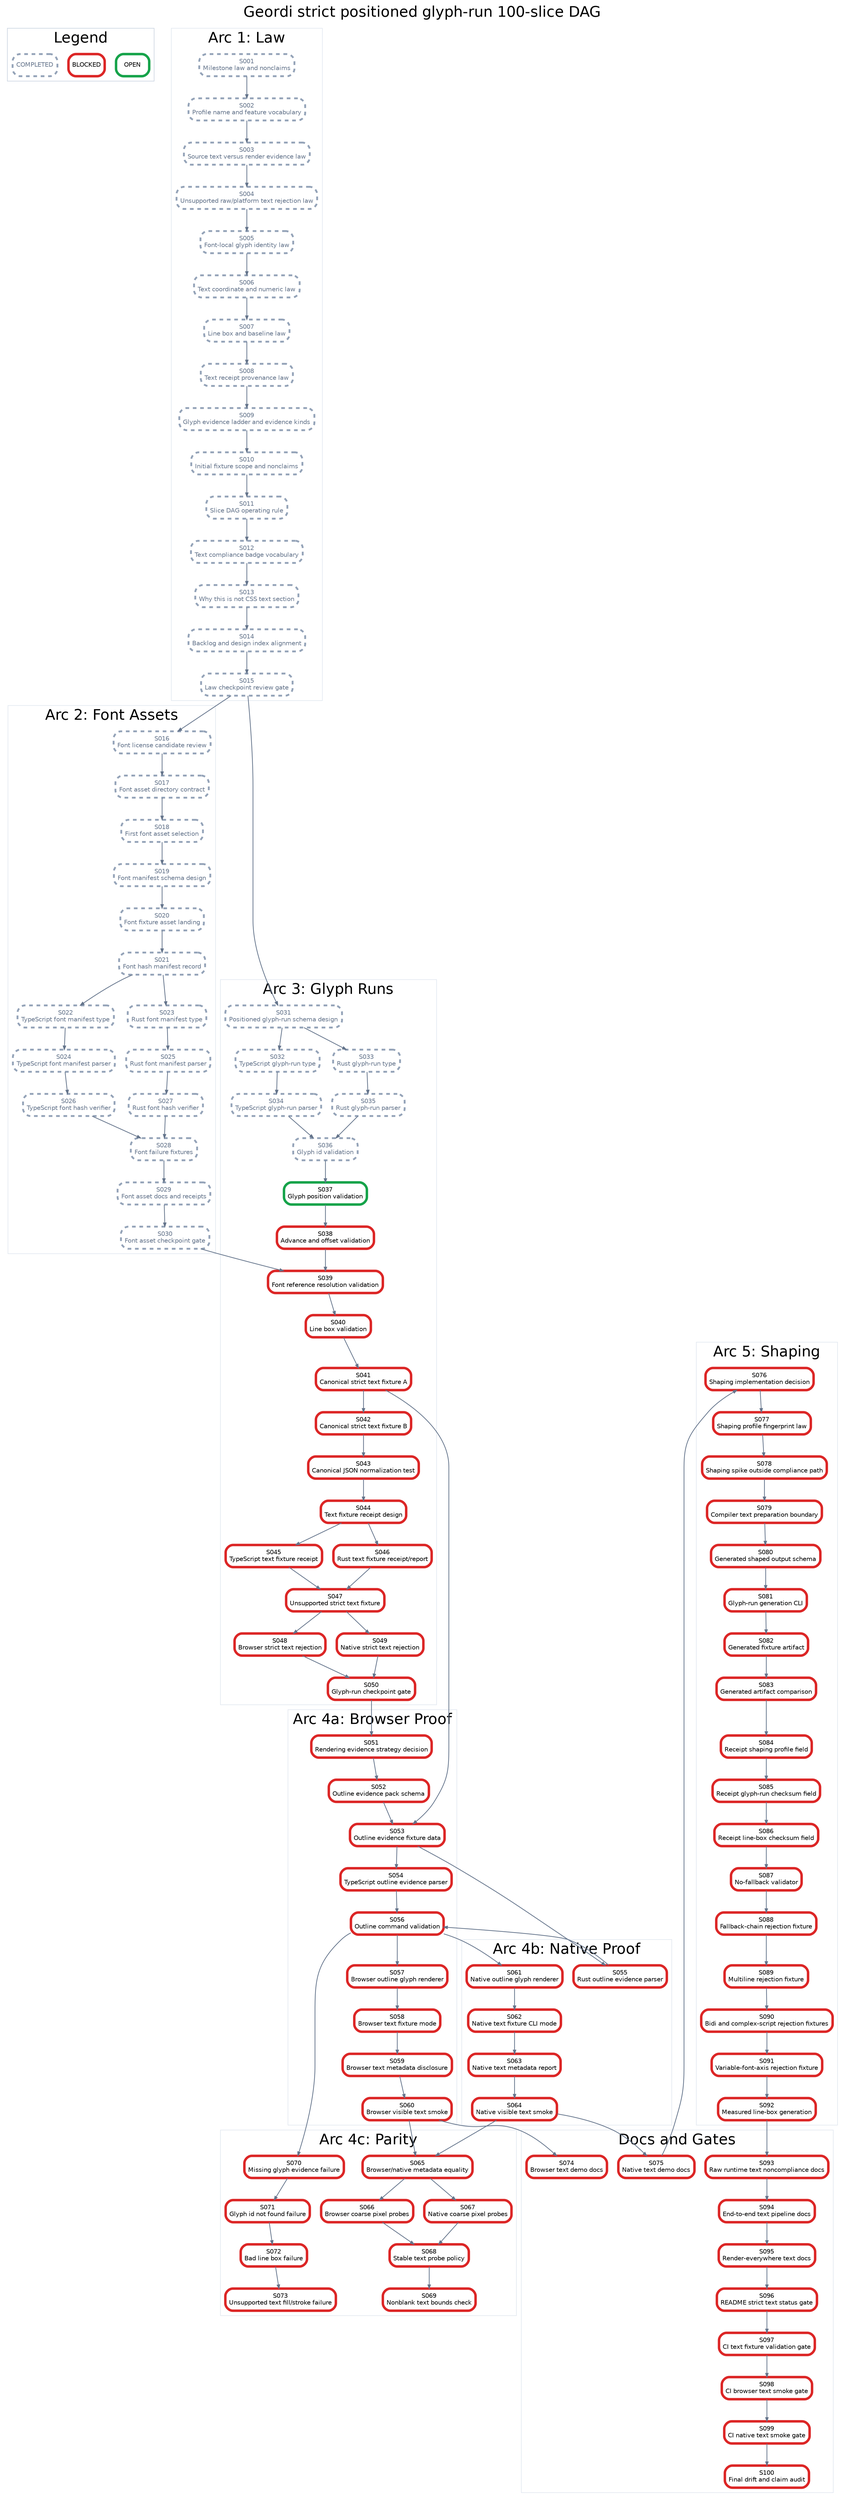
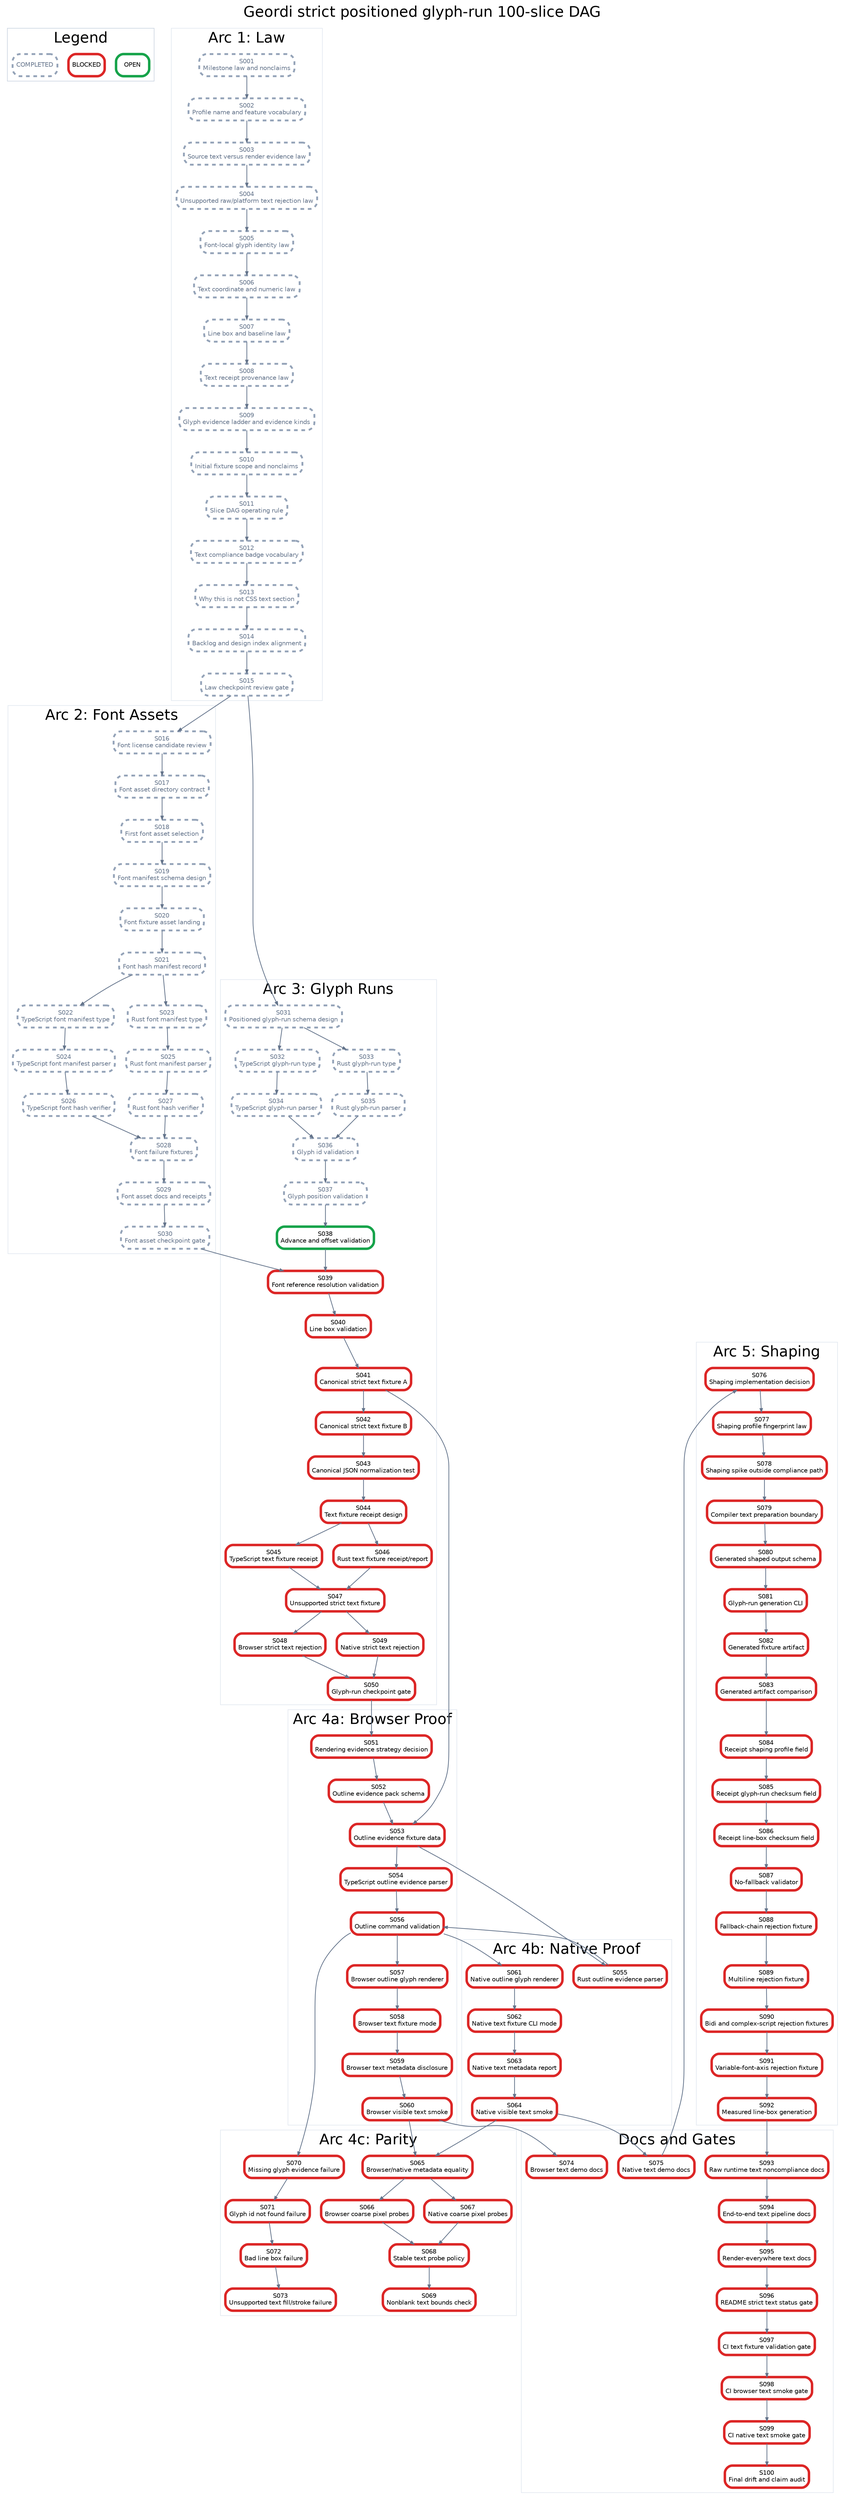
digraph StrictPositionedGlyphRunPlan {
  graph [rankdir=TB, bgcolor="white", fontname="Helvetica", label="Geordi strict positioned glyph-run 100-slice DAG", labelloc="t", fontsize=24];
  node [shape=box, style="rounded,filled", fillcolor="white", fontname="Helvetica", fontsize=10, margin="0.08,0.05"];
  edge [color="#64748b", arrowsize=0.6, penwidth=1.2];

  subgraph cluster_legend {
    label="Legend";
    color="#cbd5e1";
    legend_open [label="OPEN", color="#16a34a", penwidth=4];
    legend_blocked [label="BLOCKED", color="#dc2626", penwidth=4];
    legend_done [label="COMPLETED", color="#94a3b8", penwidth=3, style="rounded,filled,dashed", fontcolor="#64748b"];
  }

  subgraph cluster_law {
    label="Arc 1: Law";
    color="#e2e8f0";
    S001 [label="S001\nMilestone law and nonclaims", color="#94a3b8", penwidth=3, style="rounded,filled,dashed", fontcolor="#64748b"];
    S002 [label="S002\nProfile name and feature vocabulary", color="#94a3b8", penwidth=3, style="rounded,filled,dashed", fontcolor="#64748b"];
    S003 [label="S003\nSource text versus render evidence law", color="#94a3b8", penwidth=3, style="rounded,filled,dashed", fontcolor="#64748b"];
    S004 [label="S004\nUnsupported raw/platform text rejection law", color="#94a3b8", penwidth=3, style="rounded,filled,dashed", fontcolor="#64748b"];
    S005 [label="S005\nFont-local glyph identity law", color="#94a3b8", penwidth=3, style="rounded,filled,dashed", fontcolor="#64748b"];
    S006 [label="S006\nText coordinate and numeric law", color="#94a3b8", penwidth=3, style="rounded,filled,dashed", fontcolor="#64748b"];
    S007 [label="S007\nLine box and baseline law", color="#94a3b8", penwidth=3, style="rounded,filled,dashed", fontcolor="#64748b"];
    S008 [label="S008\nText receipt provenance law", color="#94a3b8", penwidth=3, style="rounded,filled,dashed", fontcolor="#64748b"];
    S009 [label="S009\nGlyph evidence ladder and evidence kinds", color="#94a3b8", penwidth=3, style="rounded,filled,dashed", fontcolor="#64748b"];
    S010 [label="S010\nInitial fixture scope and nonclaims", color="#94a3b8", penwidth=3, style="rounded,filled,dashed", fontcolor="#64748b"];
    S011 [label="S011\nSlice DAG operating rule", color="#94a3b8", penwidth=3, style="rounded,filled,dashed", fontcolor="#64748b"];
    S012 [label="S012\nText compliance badge vocabulary", color="#94a3b8", penwidth=3, style="rounded,filled,dashed", fontcolor="#64748b"];
    S013 [label="S013\nWhy this is not CSS text section", color="#94a3b8", penwidth=3, style="rounded,filled,dashed", fontcolor="#64748b"];
    S014 [label="S014\nBacklog and design index alignment", color="#94a3b8", penwidth=3, style="rounded,filled,dashed", fontcolor="#64748b"];
    S015 [label="S015\nLaw checkpoint review gate", color="#94a3b8", penwidth=3, style="rounded,filled,dashed", fontcolor="#64748b"];
  }

  subgraph cluster_assets {
    label="Arc 2: Font Assets";
    color="#e2e8f0";
    S016 [label="S016\nFont license candidate review", color="#94a3b8", penwidth=3, style="rounded,filled,dashed", fontcolor="#64748b"];
    S017 [label="S017\nFont asset directory contract", color="#94a3b8", penwidth=3, style="rounded,filled,dashed", fontcolor="#64748b"];
    S018 [label="S018\nFirst font asset selection", color="#94a3b8", penwidth=3, style="rounded,filled,dashed", fontcolor="#64748b"];
    S019 [label="S019\nFont manifest schema design", color="#94a3b8", penwidth=3, style="rounded,filled,dashed", fontcolor="#64748b"];
    S020 [label="S020\nFont fixture asset landing", color="#94a3b8", penwidth=3, style="rounded,filled,dashed", fontcolor="#64748b"];
    S021 [label="S021\nFont hash manifest record", color="#94a3b8", penwidth=3, style="rounded,filled,dashed", fontcolor="#64748b"];
    S022 [label="S022\nTypeScript font manifest type", color="#94a3b8", penwidth=3, style="rounded,filled,dashed", fontcolor="#64748b"];
    S023 [label="S023\nRust font manifest type", color="#94a3b8", penwidth=3, style="rounded,filled,dashed", fontcolor="#64748b"];
    S024 [label="S024\nTypeScript font manifest parser", color="#94a3b8", penwidth=3, style="rounded,filled,dashed", fontcolor="#64748b"];
    S025 [label="S025\nRust font manifest parser", color="#94a3b8", penwidth=3, style="rounded,filled,dashed", fontcolor="#64748b"];
    S026 [label="S026\nTypeScript font hash verifier", color="#94a3b8", penwidth=3, style="rounded,filled,dashed", fontcolor="#64748b"];
    S027 [label="S027\nRust font hash verifier", color="#94a3b8", penwidth=3, style="rounded,filled,dashed", fontcolor="#64748b"];
    S028 [label="S028\nFont failure fixtures", color="#94a3b8", penwidth=3, style="rounded,filled,dashed", fontcolor="#64748b"];
    S029 [label="S029\nFont asset docs and receipts", color="#94a3b8", penwidth=3, style="rounded,filled,dashed", fontcolor="#64748b"];
    S030 [label="S030\nFont asset checkpoint gate", color="#94a3b8", penwidth=3, style="rounded,filled,dashed", fontcolor="#64748b"];
  }

  subgraph cluster_glyph {
    label="Arc 3: Glyph Runs";
    color="#e2e8f0";
    S031 [label="S031\nPositioned glyph-run schema design", color="#94a3b8", penwidth=3, style="rounded,filled,dashed", fontcolor="#64748b"];
    S032 [label="S032\nTypeScript glyph-run type", color="#94a3b8", penwidth=3, style="rounded,filled,dashed", fontcolor="#64748b"];
    S033 [label="S033\nRust glyph-run type", color="#94a3b8", penwidth=3, style="rounded,filled,dashed", fontcolor="#64748b"];
    S034 [label="S034\nTypeScript glyph-run parser", color="#94a3b8", penwidth=3, style="rounded,filled,dashed", fontcolor="#64748b"];
    S035 [label="S035\nRust glyph-run parser", color="#94a3b8", penwidth=3, style="rounded,filled,dashed", fontcolor="#64748b"];
    S036 [label="S036\nGlyph id validation", color="#94a3b8", penwidth=3, style="rounded,filled,dashed", fontcolor="#64748b"];
-     S037 [label="S037\nGlyph position validation", color="#16a34a", penwidth=4];
-     S038 [label="S038\nAdvance and offset validation", color="#dc2626", penwidth=4];
+     S037 [label="S037\nGlyph position validation", color="#94a3b8", penwidth=3, style="rounded,filled,dashed", fontcolor="#64748b"];
+     S038 [label="S038\nAdvance and offset validation", color="#16a34a", penwidth=4];
    S039 [label="S039\nFont reference resolution validation", color="#dc2626", penwidth=4];
    S040 [label="S040\nLine box validation", color="#dc2626", penwidth=4];
    S041 [label="S041\nCanonical strict text fixture A", color="#dc2626", penwidth=4];
    S042 [label="S042\nCanonical strict text fixture B", color="#dc2626", penwidth=4];
    S043 [label="S043\nCanonical JSON normalization test", color="#dc2626", penwidth=4];
    S044 [label="S044\nText fixture receipt design", color="#dc2626", penwidth=4];
    S045 [label="S045\nTypeScript text fixture receipt", color="#dc2626", penwidth=4];
    S046 [label="S046\nRust text fixture receipt/report", color="#dc2626", penwidth=4];
    S047 [label="S047\nUnsupported strict text fixture", color="#dc2626", penwidth=4];
    S048 [label="S048\nBrowser strict text rejection", color="#dc2626", penwidth=4];
    S049 [label="S049\nNative strict text rejection", color="#dc2626", penwidth=4];
    S050 [label="S050\nGlyph-run checkpoint gate", color="#dc2626", penwidth=4];
  }

  subgraph cluster_browser {
    label="Arc 4a: Browser Proof";
    color="#e2e8f0";
    S051 [label="S051\nRendering evidence strategy decision", color="#dc2626", penwidth=4];
    S052 [label="S052\nOutline evidence pack schema", color="#dc2626", penwidth=4];
    S053 [label="S053\nOutline evidence fixture data", color="#dc2626", penwidth=4];
    S054 [label="S054\nTypeScript outline evidence parser", color="#dc2626", penwidth=4];
    S056 [label="S056\nOutline command validation", color="#dc2626", penwidth=4];
    S057 [label="S057\nBrowser outline glyph renderer", color="#dc2626", penwidth=4];
    S058 [label="S058\nBrowser text fixture mode", color="#dc2626", penwidth=4];
    S059 [label="S059\nBrowser text metadata disclosure", color="#dc2626", penwidth=4];
    S060 [label="S060\nBrowser visible text smoke", color="#dc2626", penwidth=4];
  }

  subgraph cluster_native {
    label="Arc 4b: Native Proof";
    color="#e2e8f0";
    S055 [label="S055\nRust outline evidence parser", color="#dc2626", penwidth=4];
    S061 [label="S061\nNative outline glyph renderer", color="#dc2626", penwidth=4];
    S062 [label="S062\nNative text fixture CLI mode", color="#dc2626", penwidth=4];
    S063 [label="S063\nNative text metadata report", color="#dc2626", penwidth=4];
    S064 [label="S064\nNative visible text smoke", color="#dc2626", penwidth=4];
  }

  subgraph cluster_parity {
    label="Arc 4c: Parity";
    color="#e2e8f0";
    S065 [label="S065\nBrowser/native metadata equality", color="#dc2626", penwidth=4];
    S066 [label="S066\nBrowser coarse pixel probes", color="#dc2626", penwidth=4];
    S067 [label="S067\nNative coarse pixel probes", color="#dc2626", penwidth=4];
    S068 [label="S068\nStable text probe policy", color="#dc2626", penwidth=4];
    S069 [label="S069\nNonblank text bounds check", color="#dc2626", penwidth=4];
    S070 [label="S070\nMissing glyph evidence failure", color="#dc2626", penwidth=4];
    S071 [label="S071\nGlyph id not found failure", color="#dc2626", penwidth=4];
    S072 [label="S072\nBad line box failure", color="#dc2626", penwidth=4];
    S073 [label="S073\nUnsupported text fill/stroke failure", color="#dc2626", penwidth=4];
  }

  subgraph cluster_shaping {
    label="Arc 5: Shaping";
    color="#e2e8f0";
    S076 [label="S076\nShaping implementation decision", color="#dc2626", penwidth=4];
    S077 [label="S077\nShaping profile fingerprint law", color="#dc2626", penwidth=4];
    S078 [label="S078\nShaping spike outside compliance path", color="#dc2626", penwidth=4];
    S079 [label="S079\nCompiler text preparation boundary", color="#dc2626", penwidth=4];
    S080 [label="S080\nGenerated shaped output schema", color="#dc2626", penwidth=4];
    S081 [label="S081\nGlyph-run generation CLI", color="#dc2626", penwidth=4];
    S082 [label="S082\nGenerated fixture artifact", color="#dc2626", penwidth=4];
    S083 [label="S083\nGenerated artifact comparison", color="#dc2626", penwidth=4];
    S084 [label="S084\nReceipt shaping profile field", color="#dc2626", penwidth=4];
    S085 [label="S085\nReceipt glyph-run checksum field", color="#dc2626", penwidth=4];
    S086 [label="S086\nReceipt line-box checksum field", color="#dc2626", penwidth=4];
    S087 [label="S087\nNo-fallback validator", color="#dc2626", penwidth=4];
    S088 [label="S088\nFallback-chain rejection fixture", color="#dc2626", penwidth=4];
    S089 [label="S089\nMultiline rejection fixture", color="#dc2626", penwidth=4];
    S090 [label="S090\nBidi and complex-script rejection fixtures", color="#dc2626", penwidth=4];
    S091 [label="S091\nVariable-font-axis rejection fixture", color="#dc2626", penwidth=4];
    S092 [label="S092\nMeasured line-box generation", color="#dc2626", penwidth=4];
  }

  subgraph cluster_docs {
    label="Docs and Gates";
    color="#e2e8f0";
    S074 [label="S074\nBrowser text demo docs", color="#dc2626", penwidth=4];
    S075 [label="S075\nNative text demo docs", color="#dc2626", penwidth=4];
    S093 [label="S093\nRaw runtime text noncompliance docs", color="#dc2626", penwidth=4];
    S094 [label="S094\nEnd-to-end text pipeline docs", color="#dc2626", penwidth=4];
    S095 [label="S095\nRender-everywhere text docs", color="#dc2626", penwidth=4];
    S096 [label="S096\nREADME strict text status gate", color="#dc2626", penwidth=4];
    S097 [label="S097\nCI text fixture validation gate", color="#dc2626", penwidth=4];
    S098 [label="S098\nCI browser text smoke gate", color="#dc2626", penwidth=4];
    S099 [label="S099\nCI native text smoke gate", color="#dc2626", penwidth=4];
    S100 [label="S100\nFinal drift and claim audit", color="#dc2626", penwidth=4];
  }

  S001 -> S002;
  S002 -> S003;
  S003 -> S004;
  S004 -> S005;
  S005 -> S006;
  S006 -> S007;
  S007 -> S008;
  S008 -> S009;
  S009 -> S010;
  S010 -> S011;
  S011 -> S012;
  S012 -> S013;
  S013 -> S014;
  S014 -> S015;
  S015 -> S016;
  S016 -> S017;
  S017 -> S018;
  S018 -> S019;
  S019 -> S020;
  S020 -> S021;
  S021 -> S022;
  S021 -> S023;
  S022 -> S024;
  S023 -> S025;
  S024 -> S026;
  S025 -> S027;
  S026 -> S028;
  S027 -> S028;
  S028 -> S029;
  S029 -> S030;
  S015 -> S031;
  S031 -> S032;
  S031 -> S033;
  S032 -> S034;
  S033 -> S035;
  S034 -> S036;
  S035 -> S036;
  S036 -> S037;
  S037 -> S038;
  S038 -> S039;
  S039 -> S040;
  S030 -> S039;
  S040 -> S041;
  S041 -> S042;
  S042 -> S043;
  S043 -> S044;
  S044 -> S045;
  S044 -> S046;
  S045 -> S047;
  S046 -> S047;
  S047 -> S048;
  S047 -> S049;
  S048 -> S050;
  S049 -> S050;
  S050 -> S051;
  S051 -> S052;
  S052 -> S053;
  S041 -> S053;
  S053 -> S054;
  S053 -> S055;
  S054 -> S056;
  S055 -> S056;
  S056 -> S057;
  S057 -> S058;
  S058 -> S059;
  S059 -> S060;
  S056 -> S061;
  S061 -> S062;
  S062 -> S063;
  S063 -> S064;
  S060 -> S065;
  S064 -> S065;
  S065 -> S066;
  S065 -> S067;
  S066 -> S068;
  S067 -> S068;
  S068 -> S069;
  S056 -> S070;
  S070 -> S071;
  S071 -> S072;
  S072 -> S073;
  S060 -> S074;
  S064 -> S075;
  S075 -> S076;
  S076 -> S077;
  S077 -> S078;
  S078 -> S079;
  S079 -> S080;
  S080 -> S081;
  S081 -> S082;
  S082 -> S083;
  S083 -> S084;
  S084 -> S085;
  S085 -> S086;
  S086 -> S087;
  S087 -> S088;
  S088 -> S089;
  S089 -> S090;
  S090 -> S091;
  S091 -> S092;
  S092 -> S093;
  S093 -> S094;
  S094 -> S095;
  S095 -> S096;
  S096 -> S097;
  S097 -> S098;
  S098 -> S099;
  S099 -> S100;
}
